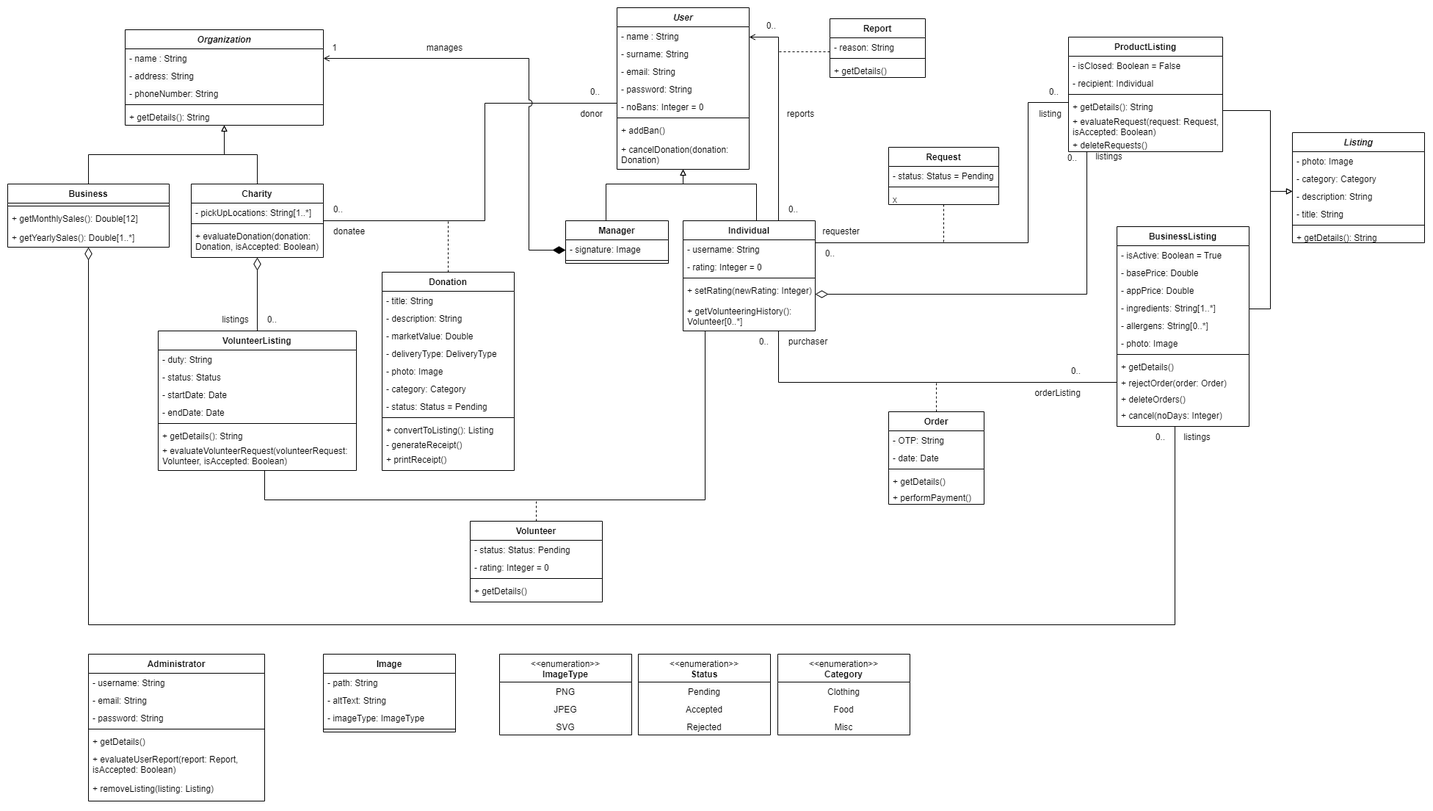
VBashari/Goods-Donation-Application keeps this draw.io diagram as Diagrams/Class diagram.png. Above is the earlier version. Source tidied: cells renumbered, new cells last; positions are measured from the earlier drawing's top-left corner, leaving out a move shared by most shapes.
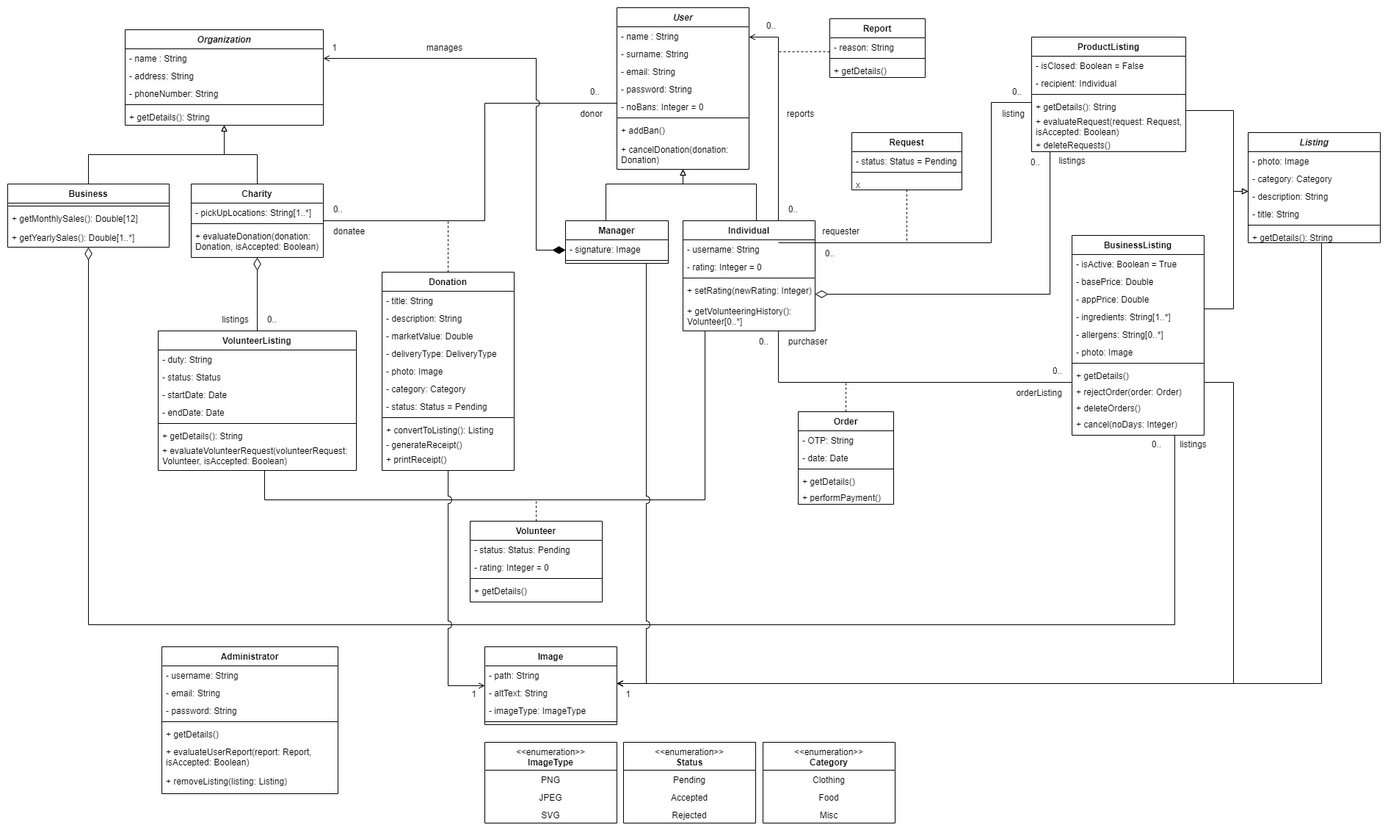
After the commit.

Change to the diagram source:
```diff
@@ -107,8 +107,8 @@
     <mxCell id="31" style="edgeStyle=orthogonalEdgeStyle;rounded=0;jettySize=auto;html=1;endArrow=diamondThin;endFill=1;startArrow=open;startFill=0;jumpStyle=arc;jumpSize=9;startSize=6;endSize=15;" parent="1" edge="1" source="2" target="32">
       <mxGeometry relative="1" as="geometry">
         <Array as="points">
-          <mxPoint x="710" y="69" />
-          <mxPoint x="710" y="330" />
+          <mxPoint x="720" y="69" />
+          <mxPoint x="720" y="330" />
         </Array>
       </mxGeometry>
     </mxCell>
@@ -151,18 +151,19 @@
         </Array>
       </mxGeometry>
     </mxCell>
-    <mxCell id="39" style="edgeStyle=orthogonalEdgeStyle;rounded=0;jettySize=auto;html=1;endArrow=none;endFill=0;" parent="1" edge="1" source="41" target="89">
+    <mxCell id="39" style="edgeStyle=orthogonalEdgeStyle;rounded=0;jettySize=auto;html=1;endArrow=none;endFill=0;" parent="1" edge="1" target="89">
       <mxGeometry relative="1" as="geometry">
+        <mxPoint x="1050" y="320" as="sourcePoint" />
         <Array as="points">
-          <mxPoint x="1390" y="320" />
-          <mxPoint x="1390" y="129" />
+          <mxPoint x="1340" y="320" />
+          <mxPoint x="1340" y="129" />
         </Array>
       </mxGeometry>
     </mxCell>
     <mxCell id="40" style="edgeStyle=orthogonalEdgeStyle;rounded=0;jettySize=auto;html=1;endArrow=diamondThin;endFill=0;endSize=15;" parent="1" edge="1" source="89" target="41">
       <mxGeometry relative="1" as="geometry">
         <Array as="points">
-          <mxPoint x="1470" y="390" />
+          <mxPoint x="1420" y="390" />
         </Array>
       </mxGeometry>
     </mxCell>
@@ -184,8 +185,37 @@
     <mxCell id="46" value="+ getVolunteeringHistory(): Volunteer[0..*]" style="text;strokeColor=none;fillColor=none;align=left;verticalAlign=top;spacingLeft=4;spacingRight=4;overflow=hidden;whiteSpace=wrap;html=1;fontSize=12;" parent="41" vertex="1">
       <mxGeometry y="110" width="180" height="40" as="geometry" />
     </mxCell>
+    <mxCell id="167" style="edgeStyle=orthogonalEdgeStyle;rounded=0;jettySize=auto;html=1;endArrow=none;endFill=0;startArrow=open;startFill=0;jumpStyle=arc;jumpSize=10;" parent="1" edge="1" source="47" target="57">
+      <mxGeometry relative="1" as="geometry">
+        <Array as="points">
+          <mxPoint x="600" y="923" />
+        </Array>
+      </mxGeometry>
+    </mxCell>
+    <mxCell id="168" style="edgeStyle=orthogonalEdgeStyle;rounded=0;jettySize=auto;html=1;endArrow=open;endFill=0;jumpStyle=arc;jumpSize=10;" parent="1" edge="1" source="32" target="47">
+      <mxGeometry relative="1" as="geometry">
+        <Array as="points">
+          <mxPoint x="870" y="920" />
+        </Array>
+      </mxGeometry>
+    </mxCell>
+    <mxCell id="169" style="edgeStyle=orthogonalEdgeStyle;rounded=0;jettySize=auto;html=1;endArrow=open;endFill=0;" parent="1" edge="1" source="96" target="47">
+      <mxGeometry relative="1" as="geometry">
+        <Array as="points">
+          <mxPoint x="1670" y="510" />
+          <mxPoint x="1670" y="920" />
+        </Array>
+      </mxGeometry>
+    </mxCell>
+    <mxCell id="170" style="edgeStyle=orthogonalEdgeStyle;rounded=0;jettySize=auto;html=1;endArrow=open;endFill=0;" parent="1" edge="1" source="137" target="47">
+      <mxGeometry relative="1" as="geometry">
+        <Array as="points">
+          <mxPoint x="1790" y="920" />
+        </Array>
+      </mxGeometry>
+    </mxCell>
     <mxCell id="47" value="Image" style="swimlane;fontStyle=1;align=center;verticalAlign=top;horizontal=1;startSize=26;whiteSpace=wrap;html=1;" parent="1" vertex="1">
-      <mxGeometry x="430" y="880" width="180" height="106" as="geometry" />
+      <mxGeometry x="650" y="870" width="180" height="106" as="geometry" />
     </mxCell>
     <mxCell id="48" value="- path: String" style="text;strokeColor=none;fillColor=none;align=left;verticalAlign=top;spacingLeft=4;spacingRight=4;overflow=hidden;whiteSpace=wrap;html=1;fontStyle=0;" parent="47" vertex="1">
       <mxGeometry y="26" width="180" height="24" as="geometry" />
@@ -200,7 +230,7 @@
       <mxGeometry y="98" width="180" height="8" as="geometry" />
     </mxCell>
     <mxCell id="52" value="&lt;span style=&quot;font-weight: normal;&quot;&gt;&amp;lt;&amp;lt;enumeration&amp;gt;&amp;gt;&lt;/span&gt;&lt;br&gt;ImageType" style="swimlane;fontStyle=1;align=center;verticalAlign=top;horizontal=1;startSize=38;whiteSpace=wrap;html=1;" parent="1" vertex="1">
-      <mxGeometry x="670" y="880" width="180" height="110" as="geometry" />
+      <mxGeometry x="650" y="1000" width="180" height="110" as="geometry" />
     </mxCell>
     <mxCell id="53" value="&lt;span style=&quot;color: rgb(0, 0, 0); font-family: Helvetica; font-size: 12px; font-style: normal; font-variant-ligatures: normal; font-variant-caps: normal; font-weight: 400; letter-spacing: normal; orphans: 2; text-indent: 0px; text-transform: none; widows: 2; word-spacing: 0px; -webkit-text-stroke-width: 0px; background-color: rgb(251, 251, 251); text-decoration-thickness: initial; text-decoration-style: initial; text-decoration-color: initial; float: none; display: inline !important;&quot;&gt;PNG&lt;/span&gt;" style="text;strokeColor=none;fillColor=none;align=center;verticalAlign=top;spacingLeft=4;spacingRight=4;overflow=hidden;whiteSpace=wrap;html=1;fontStyle=0;" parent="52" vertex="1">
       <mxGeometry y="38" width="180" height="24" as="geometry" />
@@ -256,7 +286,7 @@
       <mxGeometry y="242" width="180" height="28" as="geometry" />
     </mxCell>
     <mxCell id="69" value="&lt;span style=&quot;font-weight: normal;&quot;&gt;&amp;lt;&amp;lt;enumeration&amp;gt;&amp;gt;&lt;/span&gt;&lt;br&gt;Category" style="swimlane;fontStyle=1;align=center;verticalAlign=top;horizontal=1;startSize=38;whiteSpace=wrap;html=1;" parent="1" vertex="1">
-      <mxGeometry x="1049" y="880" width="180" height="110" as="geometry" />
+      <mxGeometry x="1029" y="1000" width="180" height="110" as="geometry" />
     </mxCell>
     <mxCell id="70" value="Clothing" style="text;strokeColor=none;fillColor=none;align=center;verticalAlign=top;spacingLeft=4;spacingRight=4;overflow=hidden;whiteSpace=wrap;html=1;fontSize=12;" parent="69" vertex="1">
       <mxGeometry y="38" width="180" height="24" as="geometry" />
@@ -314,21 +344,21 @@
     <mxCell id="87" style="edgeStyle=orthogonalEdgeStyle;rounded=0;jettySize=auto;html=1;endArrow=none;endFill=0;startArrow=block;startFill=0;" parent="1" edge="1" source="137" target="96">
       <mxGeometry relative="1" as="geometry">
         <Array as="points">
-          <mxPoint x="1720" y="250" />
-          <mxPoint x="1720" y="410" />
+          <mxPoint x="1670" y="250" />
+          <mxPoint x="1670" y="410" />
         </Array>
       </mxGeometry>
     </mxCell>
     <mxCell id="88" style="edgeStyle=orthogonalEdgeStyle;rounded=0;jettySize=auto;html=1;endArrow=block;endFill=0;" parent="1" edge="1" source="89" target="137">
       <mxGeometry relative="1" as="geometry">
         <Array as="points">
-          <mxPoint x="1720" y="140" />
-          <mxPoint x="1720" y="250" />
+          <mxPoint x="1670" y="140" />
+          <mxPoint x="1670" y="250" />
         </Array>
       </mxGeometry>
     </mxCell>
     <mxCell id="89" value="ProductListing" style="swimlane;fontStyle=1;align=center;verticalAlign=top;horizontal=1;startSize=26;whiteSpace=wrap;html=1;" parent="1" vertex="1">
-      <mxGeometry x="1445" y="40" width="210" height="156" as="geometry" />
+      <mxGeometry x="1395" y="40" width="210" height="156" as="geometry" />
     </mxCell>
     <mxCell id="90" value="- isClosed: Boolean = False" style="text;strokeColor=none;fillColor=none;align=left;verticalAlign=top;spacingLeft=4;spacingRight=4;overflow=hidden;whiteSpace=wrap;html=1;fontStyle=0;" parent="89" vertex="1">
       <mxGeometry y="26" width="210" height="24" as="geometry" />
@@ -349,7 +379,7 @@
       <mxGeometry y="134" width="210" height="22" as="geometry" />
     </mxCell>
     <mxCell id="96" value="BusinessListing" style="swimlane;fontStyle=1;align=center;verticalAlign=top;horizontal=1;startSize=26;whiteSpace=wrap;html=1;" parent="1" vertex="1">
-      <mxGeometry x="1511" y="298" width="180" height="272" as="geometry" />
+      <mxGeometry x="1450" y="310" width="180" height="272" as="geometry" />
     </mxCell>
     <mxCell id="97" value="- isActive: Boolean = True" style="text;strokeColor=none;fillColor=none;align=left;verticalAlign=top;spacingLeft=4;spacingRight=4;overflow=hidden;whiteSpace=wrap;html=1;fontStyle=0;" parent="96" vertex="1">
       <mxGeometry y="26" width="180" height="24" as="geometry" />
@@ -386,11 +416,11 @@
     </mxCell>
     <mxCell id="108" style="edgeStyle=orthogonalEdgeStyle;rounded=0;jettySize=auto;html=1;endArrow=none;endFill=0;dashed=1;" parent="1" edge="1" source="109">
       <mxGeometry relative="1" as="geometry">
-        <mxPoint x="1265" y="510" as="targetPoint" />
+        <mxPoint x="1142" y="510" as="targetPoint" />
       </mxGeometry>
     </mxCell>
     <mxCell id="109" value="Order" style="swimlane;fontStyle=1;align=center;verticalAlign=top;horizontal=1;startSize=26;whiteSpace=wrap;html=1;" parent="1" vertex="1">
-      <mxGeometry x="1200" y="550" width="130" height="126" as="geometry" />
+      <mxGeometry x="1077" y="550" width="130" height="126" as="geometry" />
     </mxCell>
     <mxCell id="110" value="&lt;span style=&quot;color: rgb(0, 0, 0); font-family: Helvetica; font-size: 12px; font-style: normal; font-variant-ligatures: normal; font-variant-caps: normal; font-weight: 400; letter-spacing: normal; orphans: 2; text-align: left; text-indent: 0px; text-transform: none; widows: 2; word-spacing: 0px; -webkit-text-stroke-width: 0px; background-color: rgb(251, 251, 251); text-decoration-thickness: initial; text-decoration-style: initial; text-decoration-color: initial; float: none; display: inline !important;&quot;&gt;- OTP: String&lt;/span&gt;" style="text;strokeColor=none;fillColor=none;align=left;verticalAlign=top;spacingLeft=4;spacingRight=4;overflow=hidden;whiteSpace=wrap;html=1;fontStyle=0;" parent="109" vertex="1">
       <mxGeometry y="26" width="130" height="24" as="geometry" />
@@ -409,15 +439,15 @@
     </mxCell>
     <mxCell id="115" style="edgeStyle=orthogonalEdgeStyle;rounded=0;jettySize=auto;html=1;endArrow=none;endFill=0;dashed=1;" parent="1" edge="1" source="116">
       <mxGeometry relative="1" as="geometry">
-        <mxPoint x="1275" y="320" as="targetPoint" />
+        <mxPoint x="1225" y="320" as="targetPoint" />
         <Array as="points">
-          <mxPoint x="1275" y="320" />
-          <mxPoint x="1275" y="320" />
+          <mxPoint x="1225" y="320" />
+          <mxPoint x="1225" y="320" />
         </Array>
       </mxGeometry>
     </mxCell>
     <mxCell id="116" value="Request" style="swimlane;fontStyle=1;align=center;verticalAlign=top;horizontal=1;startSize=26;whiteSpace=wrap;html=1;" parent="1" vertex="1">
-      <mxGeometry x="1200" y="190" width="150" height="78" as="geometry" />
+      <mxGeometry x="1150" y="170" width="150" height="78" as="geometry" />
     </mxCell>
     <mxCell id="117" value="&lt;span style=&quot;color: rgb(0, 0, 0); font-family: Helvetica; font-size: 12px; font-style: normal; font-variant-ligatures: normal; font-variant-caps: normal; font-weight: 400; letter-spacing: normal; orphans: 2; text-align: left; text-indent: 0px; text-transform: none; widows: 2; word-spacing: 0px; -webkit-text-stroke-width: 0px; background-color: rgb(251, 251, 251); text-decoration-thickness: initial; text-decoration-style: initial; text-decoration-color: initial; float: none; display: inline !important;&quot;&gt;- status: Status = Pending&lt;/span&gt;" style="text;strokeColor=none;fillColor=none;align=left;verticalAlign=top;spacingLeft=4;spacingRight=4;overflow=hidden;whiteSpace=wrap;html=1;fontStyle=0;" parent="116" vertex="1">
       <mxGeometry y="26" width="150" height="24" as="geometry" />
@@ -429,7 +459,7 @@
       <mxGeometry y="58" width="150" height="20" as="geometry" />
     </mxCell>
     <mxCell id="120" value="&lt;span style=&quot;font-weight: normal;&quot;&gt;&amp;lt;&amp;lt;enumeration&amp;gt;&amp;gt;&lt;/span&gt;&lt;br&gt;Status" style="swimlane;fontStyle=1;align=center;verticalAlign=top;horizontal=1;startSize=38;whiteSpace=wrap;html=1;" parent="1" vertex="1">
-      <mxGeometry x="859" y="880" width="180" height="110" as="geometry" />
+      <mxGeometry x="839" y="1000" width="180" height="110" as="geometry" />
     </mxCell>
     <mxCell id="121" value="&lt;span style=&quot;color: rgb(0, 0, 0); font-family: Helvetica; font-size: 12px; font-style: normal; font-variant-ligatures: normal; font-variant-caps: normal; font-weight: 400; letter-spacing: normal; orphans: 2; text-indent: 0px; text-transform: none; widows: 2; word-spacing: 0px; -webkit-text-stroke-width: 0px; background-color: rgb(251, 251, 251); text-decoration-thickness: initial; text-decoration-style: initial; text-decoration-color: initial; float: none; display: inline !important;&quot;&gt;Pending&lt;/span&gt;" style="text;strokeColor=none;fillColor=none;align=center;verticalAlign=top;spacingLeft=4;spacingRight=4;overflow=hidden;whiteSpace=wrap;html=1;fontStyle=0;" parent="120" vertex="1">
       <mxGeometry y="38" width="180" height="24" as="geometry" />
@@ -441,7 +471,7 @@
       <mxGeometry y="86" width="180" height="24" as="geometry" />
     </mxCell>
     <mxCell id="124" value="Administrator" style="swimlane;fontStyle=1;align=center;verticalAlign=top;horizontal=1;startSize=26;whiteSpace=wrap;html=1;" parent="1" vertex="1">
-      <mxGeometry x="110" y="880" width="240" height="200" as="geometry" />
+      <mxGeometry x="210" y="870" width="240" height="200" as="geometry" />
     </mxCell>
     <mxCell id="125" value="- username: String" style="text;strokeColor=none;fillColor=none;align=left;verticalAlign=top;spacingLeft=4;spacingRight=4;overflow=hidden;whiteSpace=wrap;html=1;fontStyle=0;" parent="124" vertex="1">
       <mxGeometry y="26" width="240" height="24" as="geometry" />
@@ -486,7 +516,7 @@
       <mxGeometry y="58" width="130" height="22" as="geometry" />
     </mxCell>
     <mxCell id="137" value="&lt;i&gt;Listing&lt;/i&gt;" style="swimlane;fontStyle=1;align=center;verticalAlign=top;horizontal=1;startSize=26;whiteSpace=wrap;html=1;" parent="1" vertex="1">
-      <mxGeometry x="1750" y="170" width="180" height="150" as="geometry" />
+      <mxGeometry x="1690" y="170" width="180" height="150" as="geometry" />
     </mxCell>
     <mxCell id="138" value="- photo: Image" style="text;strokeColor=none;fillColor=none;align=left;verticalAlign=top;spacingLeft=4;spacingRight=4;overflow=hidden;whiteSpace=wrap;html=1;fontStyle=0;" parent="137" vertex="1">
       <mxGeometry y="26" width="180" height="24" as="geometry" />
@@ -543,19 +573,19 @@
       <mxGeometry x="1100" y="320" width="40" height="30" as="geometry" />
     </mxCell>
     <mxCell id="156" value="0.." style="text;html=1;align=center;verticalAlign=middle;strokeColor=none;fillColor=none;" parent="1" vertex="1">
-      <mxGeometry x="1405" y="100" width="40" height="30" as="geometry" />
+      <mxGeometry x="1355" y="100" width="40" height="30" as="geometry" />
     </mxCell>
     <mxCell id="157" value="requester" style="text;html=1;align=center;verticalAlign=middle;strokeColor=none;fillColor=none;" parent="1" vertex="1">
       <mxGeometry x="1100" y="290" width="70" height="30" as="geometry" />
     </mxCell>
     <mxCell id="158" value="listing" style="text;html=1;align=center;verticalAlign=middle;strokeColor=none;fillColor=none;" parent="1" vertex="1">
-      <mxGeometry x="1395" y="130" width="50" height="30" as="geometry" />
+      <mxGeometry x="1345" y="130" width="50" height="30" as="geometry" />
     </mxCell>
     <mxCell id="159" value="orderListing" style="text;html=1;align=center;verticalAlign=middle;strokeColor=none;fillColor=none;" parent="1" vertex="1">
-      <mxGeometry x="1385" y="510" width="90" height="30" as="geometry" />
+      <mxGeometry x="1360" y="510" width="90" height="30" as="geometry" />
     </mxCell>
     <mxCell id="160" value="0.." style="text;html=1;align=center;verticalAlign=middle;strokeColor=none;fillColor=none;" parent="1" vertex="1">
-      <mxGeometry x="1435" y="480" width="40" height="30" as="geometry" />
+      <mxGeometry x="1410" y="480" width="40" height="30" as="geometry" />
     </mxCell>
     <mxCell id="161" value="purchaser" style="text;html=1;align=center;verticalAlign=middle;strokeColor=none;fillColor=none;" parent="1" vertex="1">
       <mxGeometry x="1050" y="440" width="80" height="30" as="geometry" />
@@ -564,16 +594,22 @@
       <mxGeometry x="1010" y="440" width="40" height="30" as="geometry" />
     </mxCell>
     <mxCell id="163" value="listings" style="text;html=1;align=center;verticalAlign=middle;strokeColor=none;fillColor=none;" parent="1" vertex="1">
-      <mxGeometry x="1590" y="570" width="60" height="30" as="geometry" />
+      <mxGeometry x="1585" y="580" width="60" height="30" as="geometry" />
     </mxCell>
     <mxCell id="164" value="0.." style="text;html=1;align=center;verticalAlign=middle;strokeColor=none;fillColor=none;" parent="1" vertex="1">
-      <mxGeometry x="1550" y="570" width="40" height="30" as="geometry" />
+      <mxGeometry x="1545" y="580" width="40" height="30" as="geometry" />
     </mxCell>
     <mxCell id="165" value="0.." style="text;html=1;align=center;verticalAlign=middle;strokeColor=none;fillColor=none;" parent="1" vertex="1">
-      <mxGeometry x="1430" y="190" width="40" height="30" as="geometry" />
+      <mxGeometry x="1380" y="196" width="40" height="30" as="geometry" />
     </mxCell>
     <mxCell id="166" value="listings" style="text;html=1;align=center;verticalAlign=middle;strokeColor=none;fillColor=none;" parent="1" vertex="1">
-      <mxGeometry x="1470" y="188" width="60" height="30" as="geometry" />
+      <mxGeometry x="1420" y="194" width="60" height="30" as="geometry" />
     </mxCell>
+    <mxCell id="171" value="1" style="text;html=1;align=center;verticalAlign=middle;strokeColor=none;fillColor=none;" parent="1" vertex="1">
+      <mxGeometry x="620" y="920" width="30" height="30" as="geometry" />
+    </mxCell>
+    <mxCell id="172" value="1" style="text;html=1;align=center;verticalAlign=middle;strokeColor=none;fillColor=none;" parent="1" vertex="1">
+      <mxGeometry x="830" y="920" width="30" height="30" as="geometry" />
+    </mxCell>
   </root>
 </mxGraphModel>
```
